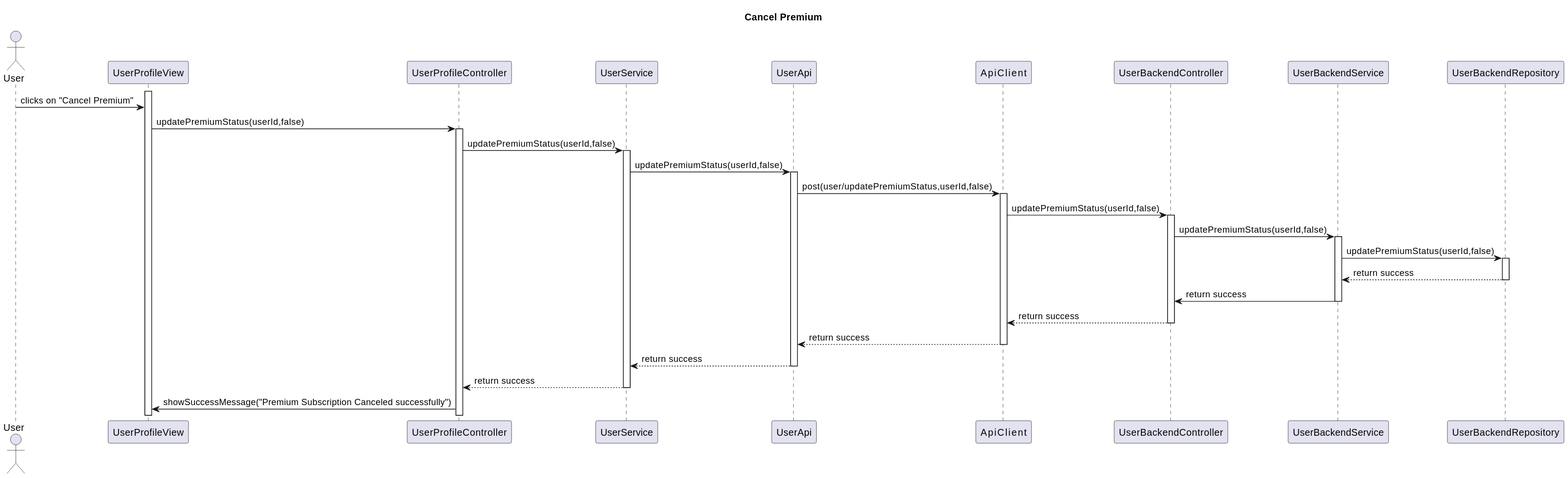
Earlier version of the PlantUML export Paradoteo_4/SequenceDiagrams-v0.3/CancelPremium.svg (RubenKingCP/Tunix). Source of this version:
```plantuml
@startuml
title Cancel Premium

actor User

participant UserProfileView
participant UserProfileController
participant UserService
participant UserApi
participant ApiService
participant UserBackendController
participant UserBackendService
participant UserBackendRepository


activate UserProfileView
User -> UserProfileView : clicks on "Cancel Premium"
UserProfileView -> UserProfileController : updatePremiumStatus(userId,false)
activate UserProfileController
UserProfileController -> UserService : updatePremiumStatus(userId,false)
activate UserService
UserService -> UserApi : updatePremiumStatus(userId,false)
activate UserApi
UserApi -> ApiService : post(user/updatePremiumStatus,userId,false)
activate ApiService
ApiService -> UserBackendController : updatePremiumStatus(userId,false)
activate UserBackendController
UserBackendController -> UserBackendService : updatePremiumStatus(userId,false)
activate UserBackendService
UserBackendService -> UserBackendRepository : updatePremiumStatus(userId,false)
activate UserBackendRepository
UserBackendRepository --> UserBackendService : return success
deactivate UserBackendRepository
UserBackendService -> UserBackendController : return success
deactivate UserBackendService
UserBackendController --> ApiService : return success
deactivate UserBackendController
ApiService --> UserApi : return success
deactivate ApiService
UserApi --> UserService : return success
deactivate UserApi
UserService --> UserProfileController : return success
deactivate UserService
UserProfileController -> UserProfileView : showSuccessMessage("Premium Subscription Canceled successfully")
@enduml
```
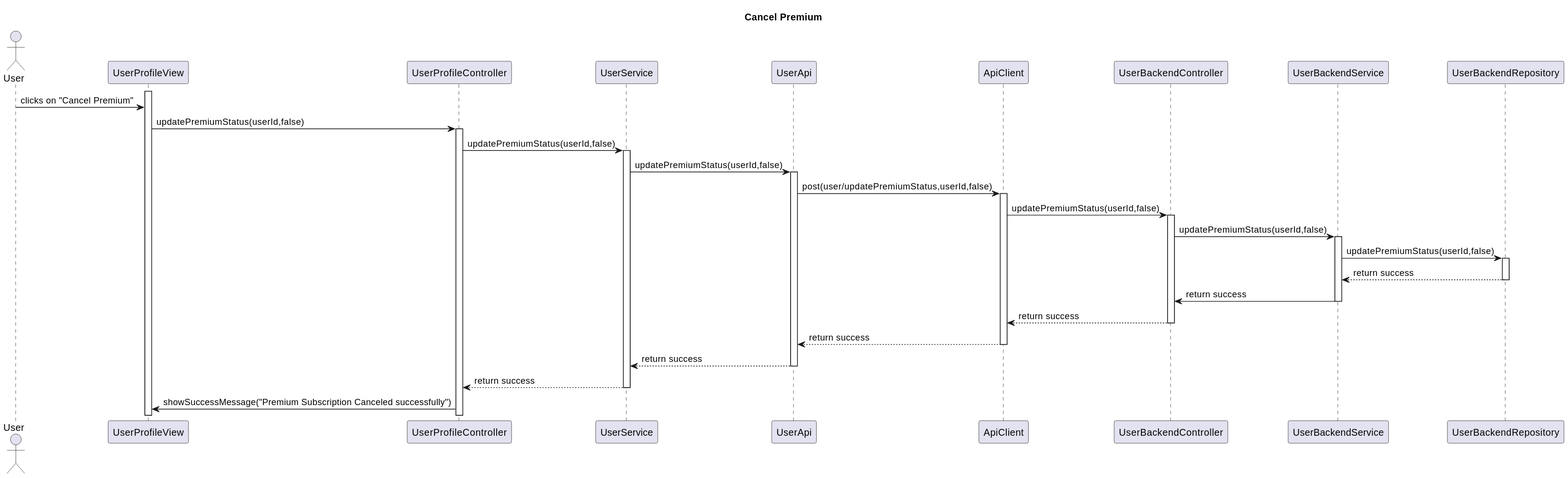
After the change.

Diff of the diagram source:
```diff
@@ -7,7 +7,7 @@
 participant UserProfileController
 participant UserService
 participant UserApi
-participant ApiService
+participant ApiClient
 participant UserBackendController
 participant UserBackendService
 participant UserBackendRepository
@@ -21,9 +21,9 @@
 activate UserService
 UserService -> UserApi : updatePremiumStatus(userId,false)
 activate UserApi
-UserApi -> ApiService : post(user/updatePremiumStatus,userId,false)
-activate ApiService
-ApiService -> UserBackendController : updatePremiumStatus(userId,false)
+UserApi -> ApiClient : post(user/updatePremiumStatus,userId,false)
+activate ApiClient
+ApiClient -> UserBackendController : updatePremiumStatus(userId,false)
 activate UserBackendController
 UserBackendController -> UserBackendService : updatePremiumStatus(userId,false)
 activate UserBackendService
@@ -33,10 +33,10 @@
 deactivate UserBackendRepository
 UserBackendService -> UserBackendController : return success
 deactivate UserBackendService
-UserBackendController --> ApiService : return success
+UserBackendController --> ApiClient : return success
 deactivate UserBackendController
-ApiService --> UserApi : return success
-deactivate ApiService
+ApiClient --> UserApi : return success
+deactivate ApiClient
 UserApi --> UserService : return success
 deactivate UserApi
 UserService --> UserProfileController : return success
```
